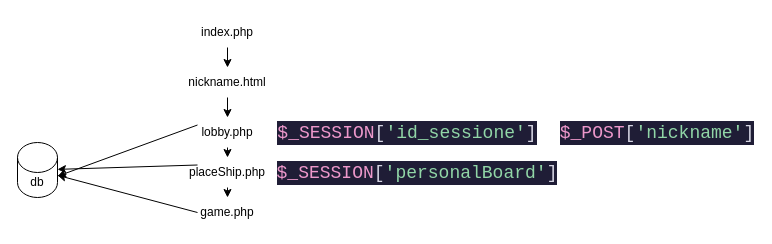
Above: BattelShip/schema.dio in pacchio1/ITS_PHP (draw.io), before the change. Source tidied: cells renumbered, new cells numbered last; positions are measured from the earlier drawing's top-left corner, leaving out a move shared by most shapes. Both pictures are drawn from the tidied source at 100%, with x=0, y=0 at pixel (17, 17).
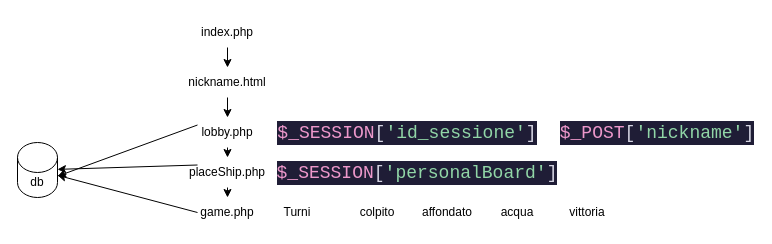
The same diagram, later.

What changed in the source:
```diff
@@
+    <mxCell id="18" value="Turni" style="text;html=1;strokeColor=none;fillColor=none;align=center;verticalAlign=middle;whiteSpace=wrap;rounded=0;" parent="1" vertex="1">
+      <mxGeometry x="250" y="180" width="60" height="30" as="geometry" />
+    </mxCell>
+    <mxCell id="19" value="colpito" style="text;html=1;strokeColor=none;fillColor=none;align=center;verticalAlign=middle;whiteSpace=wrap;rounded=0;" parent="1" vertex="1">
+      <mxGeometry x="330" y="180" width="60" height="30" as="geometry" />
+    </mxCell>
+    <mxCell id="20" value="affondato" style="text;html=1;strokeColor=none;fillColor=none;align=center;verticalAlign=middle;whiteSpace=wrap;rounded=0;" parent="1" vertex="1">
+      <mxGeometry x="400" y="180" width="60" height="30" as="geometry" />
+    </mxCell>
+    <mxCell id="21" value="acqua" style="text;html=1;strokeColor=none;fillColor=none;align=center;verticalAlign=middle;whiteSpace=wrap;rounded=0;" parent="1" vertex="1">
+      <mxGeometry x="470" y="180" width="60" height="30" as="geometry" />
+    </mxCell>
+    <mxCell id="22" value="vittoria&lt;br&gt;" style="text;html=1;strokeColor=none;fillColor=none;align=center;verticalAlign=middle;whiteSpace=wrap;rounded=0;" parent="1" vertex="1">
+      <mxGeometry x="540" y="180" width="60" height="30" as="geometry" />
+    </mxCell>
```
